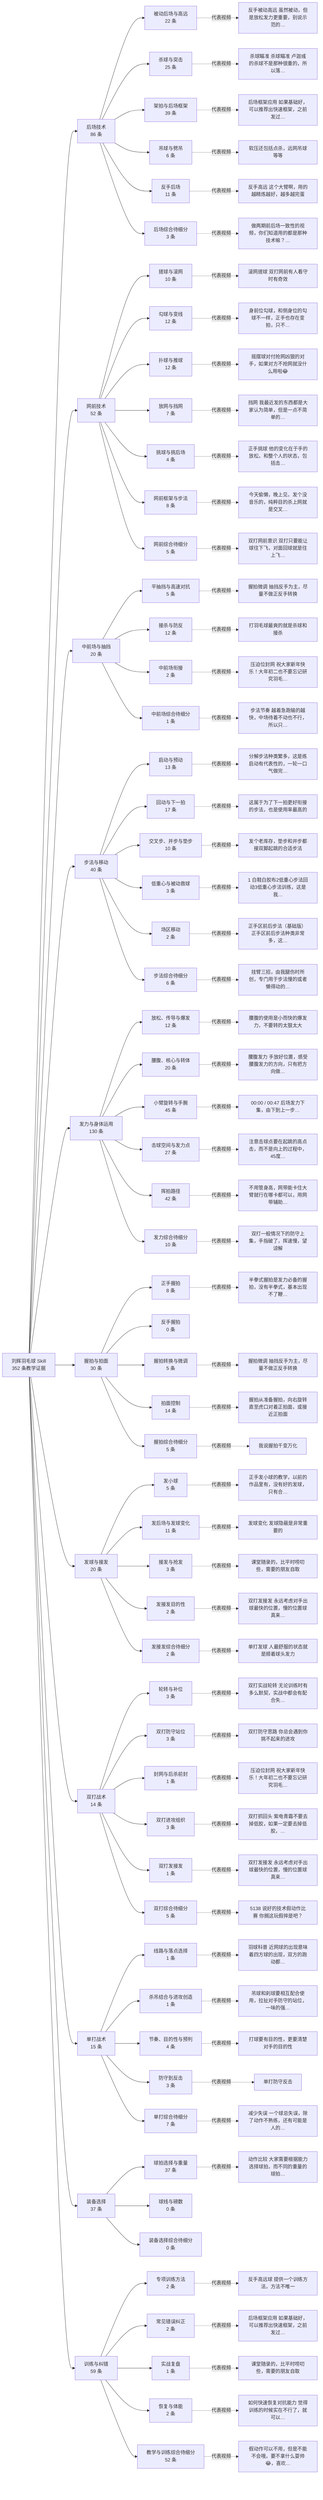
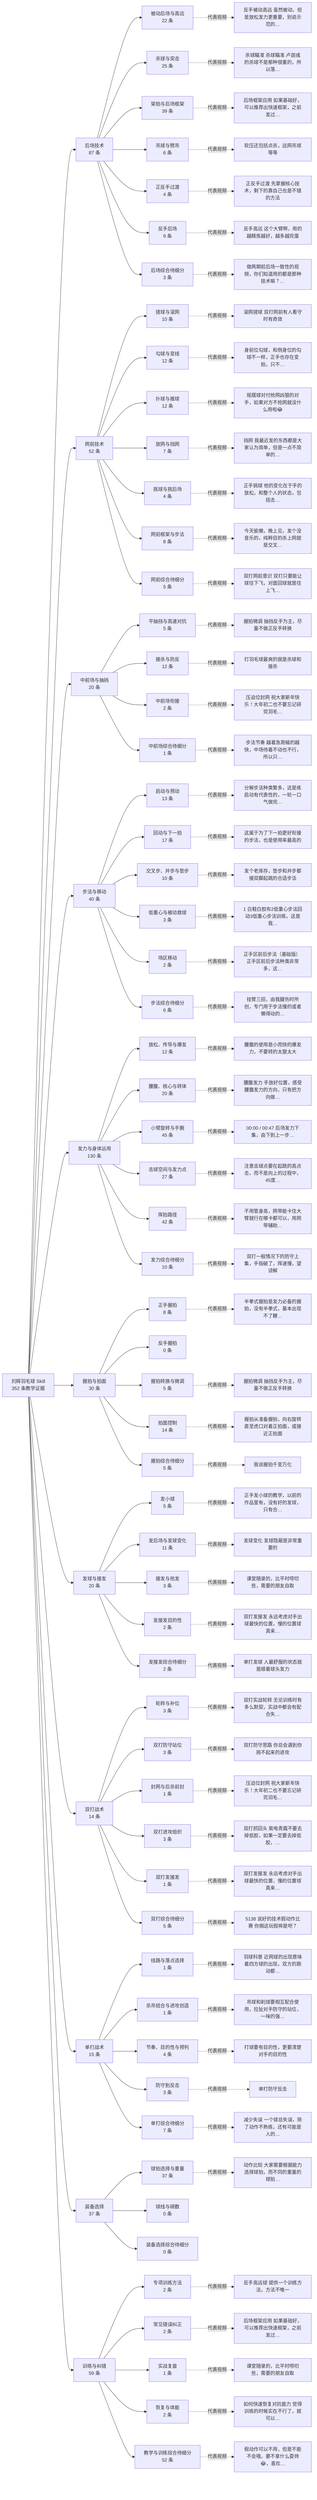
flowchart LR
  root["刘辉羽毛球 Skill<br/>352 条教学证据"]
-   c0["后场技术<br/>86 条"]
+   c0["后场技术<br/>87 条"]
  root --> c0
  s0_0["被动后场与高远<br/>22 条"]
  c0 --> s0_0
  v0_0["反手被动高远 虽然被动，但是放松发力更重要，别说示范的…"]
  s0_0 -.代表视频.-> v0_0
  s0_1["杀球与突击<br/>25 条"]
  c0 --> s0_1
  v0_1["杀球瞄准 杀球瞄准 卢迦彧的杀球不是那种很重的，所以落…"]
  s0_1 -.代表视频.-> v0_1
  s0_2["架拍与后场框架<br/>39 条"]
  c0 --> s0_2
  v0_2["后场框架应用 如果基础好，可以推荐出快速框架，之前发过…"]
  s0_2 -.代表视频.-> v0_2
  s0_3["吊球与劈吊<br/>6 条"]
  c0 --> s0_3
  v0_3["软压还包括点杀，远网吊球等等"]
  s0_3 -.代表视频.-> v0_3
-   s0_4["反手后场<br/>11 条"]
+   s0_4["正反手过渡<br/>4 条"]
  c0 --> s0_4
-   v0_4["反手高远 这个大臂啊，用的越精炼越好，越多越完蛋"]
+   v0_4["正反手过渡 先掌握核心技术，剩下的靠自己也是不错的方法"]
  s0_4 -.代表视频.-> v0_4
-   s0_5["后场综合待细分<br/>3 条"]
+   s0_5["反手后场<br/>9 条"]
  c0 --> s0_5
-   v0_5["做两期前后场一致性的视频，你们知道用的都是那种技术嘛？…"]
+   v0_5["反手高远 这个大臂啊，用的越精炼越好，越多越完蛋"]
  s0_5 -.代表视频.-> v0_5
+   s0_6["后场综合待细分<br/>3 条"]
+   c0 --> s0_6
+   v0_6["做两期前后场一致性的视频，你们知道用的都是那种技术嘛？…"]
+   s0_6 -.代表视频.-> v0_6
  c1["网前技术<br/>52 条"]
  root --> c1
  s1_0["搓球与滚网<br/>10 条"]
  c1 --> s1_0
  v1_0["滚网搓球 双打网前有人看守时有奇效"]
  s1_0 -.代表视频.-> v1_0
  s1_1["勾球与变线<br/>12 条"]
  c1 --> s1_1
  v1_1["身前位勾球，和侧身位的勾球不一样，正手也存在变拍，只不…"]
  s1_1 -.代表视频.-> v1_1
  s1_2["扑球与推球<br/>12 条"]
  c1 --> s1_2
  v1_2["摇摆球对付抢网凶狠的对手，如果对方不抢网就没什么用啦😂"]
  s1_2 -.代表视频.-> v1_2
  s1_3["放网与挡网<br/>7 条"]
  c1 --> s1_3
  v1_3["挡网 我最近发的东西都是大家认为简单，但是一点不简单的…"]
  s1_3 -.代表视频.-> v1_3
  s1_4["挑球与挑后场<br/>4 条"]
  c1 --> s1_4
  v1_4["正手挑球 他的变化在于手的放松，和整个人的状态，包括击…"]
  s1_4 -.代表视频.-> v1_4
  s1_5["网前框架与步法<br/>8 条"]
  c1 --> s1_5
  v1_5["今天偷懒，晚上见，发个没音乐的，纯粹目的杀上网就是交叉…"]
  s1_5 -.代表视频.-> v1_5
  s1_6["网前综合待细分<br/>5 条"]
  c1 --> s1_6
  v1_6["双打网前意识 双打只要能让球往下飞，对面回球就是往上飞…"]
  s1_6 -.代表视频.-> v1_6
  c2["中前场与抽挡<br/>20 条"]
  root --> c2
  s2_0["平抽挡与高速对抗<br/>5 条"]
  c2 --> s2_0
  v2_0["握拍微调 抽挡反手为主，尽量不做正反手转换"]
  s2_0 -.代表视频.-> v2_0
  s2_1["接杀与防反<br/>12 条"]
  c2 --> s2_1
  v2_1["打羽毛球最爽的就是杀球和接杀"]
  s2_1 -.代表视频.-> v2_1
  s2_2["中前场衔接<br/>2 条"]
  c2 --> s2_2
  v2_2["压迫位封网 祝大家新年快乐！大年初二也不要忘记研究羽毛…"]
  s2_2 -.代表视频.-> v2_2
  s2_3["中前场综合待细分<br/>1 条"]
  c2 --> s2_3
  v2_3["步法节奏 越着急跑输的越快，中场待着不动也不行，所以只…"]
  s2_3 -.代表视频.-> v2_3
  c3["步法与移动<br/>40 条"]
  root --> c3
  s3_0["启动与预动<br/>13 条"]
  c3 --> s3_0
  v3_0["分解步法种类繁多，这是练启动有代表性的，一轮一口气做完…"]
  s3_0 -.代表视频.-> v3_0
  s3_1["回动与下一拍<br/>17 条"]
  c3 --> s3_1
  v3_1["这属于为了下一拍更好衔接的步法，也是使用率最高的"]
  s3_1 -.代表视频.-> v3_1
  s3_2["交叉步、并步与垫步<br/>10 条"]
  c3 --> s3_2
  v3_2["发个老库存，垫步和并步都接双脚起跳的合适步法"]
  s3_2 -.代表视频.-> v3_2
  s3_3["低重心与被动救球<br/>3 条"]
  c3 --> s3_3
  v3_3["1 白鞋白胶布2低重心步法回动3低重心步法训练，这是我…"]
  s3_3 -.代表视频.-> v3_3
  s3_4["场区移动<br/>2 条"]
  c3 --> s3_4
  v3_4["正手区前后步法（基础版） 正手区前后步法种类非常多，这…"]
  s3_4 -.代表视频.-> v3_4
  s3_5["步法综合待细分<br/>6 条"]
  c3 --> s3_5
  v3_5["挂臂三招，由我腿伤时所创，专门用于步法慢的或者懒得动的…"]
  s3_5 -.代表视频.-> v3_5
  c4["发力与身体运用<br/>130 条"]
  root --> c4
  s4_0["放松、传导与爆发<br/>12 条"]
  c4 --> s4_0
  v4_0["腰腹的使用是小而快的爆发力，不要转的太狠太大"]
  s4_0 -.代表视频.-> v4_0
  s4_1["腰腹、核心与转体<br/>20 条"]
  c4 --> s4_1
  v4_1["腰腹发力 手放好位置，感受腰腹发力的方向，只有把方向做…"]
  s4_1 -.代表视频.-> v4_1
  s4_2["小臂旋转与手腕<br/>45 条"]
  c4 --> s4_2
  v4_2["00:00 / 00:47 后场发力下集，由下到上一步…"]
  s4_2 -.代表视频.-> v4_2
  s4_3["击球空间与发力点<br/>27 条"]
  c4 --> s4_3
  v4_3["注意击球点要在起跳的高点击，而不是向上的过程中，45度…"]
  s4_3 -.代表视频.-> v4_3
  s4_4["挥拍路径<br/>42 条"]
  c4 --> s4_4
  v4_4["不用管身高，网带能卡住大臂就行在哪卡都可以，用网带辅助…"]
  s4_4 -.代表视频.-> v4_4
  s4_5["发力综合待细分<br/>10 条"]
  c4 --> s4_5
  v4_5["双打一般情况下的防守上集，手指破了，挥速慢，望谅解"]
  s4_5 -.代表视频.-> v4_5
  c5["握拍与拍面<br/>30 条"]
  root --> c5
  s5_0["正手握拍<br/>8 条"]
  c5 --> s5_0
  v5_0["半拳式握拍是发力必备的握拍，没有半拳式，基本出现不了鞭…"]
  s5_0 -.代表视频.-> v5_0
  s5_1["反手握拍<br/>0 条"]
  c5 --> s5_1
  s5_2["握拍转换与微调<br/>5 条"]
  c5 --> s5_2
  v5_2["握拍微调 抽挡反手为主，尽量不做正反手转换"]
  s5_2 -.代表视频.-> v5_2
  s5_3["拍面控制<br/>14 条"]
  c5 --> s5_3
  v5_3["握拍从准备握拍，向右旋转直至虎口对着正拍面，或接近正拍面"]
  s5_3 -.代表视频.-> v5_3
  s5_4["握拍综合待细分<br/>5 条"]
  c5 --> s5_4
  v5_4["我说握拍千变万化"]
  s5_4 -.代表视频.-> v5_4
  c6["发球与接发<br/>20 条"]
  root --> c6
  s6_0["发小球<br/>5 条"]
  c6 --> s6_0
  v6_0["正手发小球的教学，以前的作品里有，没有好的发球，只有合…"]
  s6_0 -.代表视频.-> v6_0
  s6_1["发后场与发球变化<br/>11 条"]
  c6 --> s6_1
  v6_1["发球变化 发球隐蔽是非常重要的"]
  s6_1 -.代表视频.-> v6_1
  s6_2["接发与抢发<br/>3 条"]
  c6 --> s6_2
  v6_2["课堂随录的，比平时唠叨些，需要的朋友自取"]
  s6_2 -.代表视频.-> v6_2
  s6_3["发接发目的性<br/>2 条"]
  c6 --> s6_3
  v6_3["双打发接发 永远考虑对手出球最快的位置，慢的位置球真来…"]
  s6_3 -.代表视频.-> v6_3
  s6_4["发接发综合待细分<br/>2 条"]
  c6 --> s6_4
  v6_4["单打发球 人最舒服的状态就是顺着球头发力"]
  s6_4 -.代表视频.-> v6_4
  c7["双打战术<br/>14 条"]
  root --> c7
  s7_0["轮转与补位<br/>3 条"]
  c7 --> s7_0
  v7_0["双打实战轮转 无论训练时有多么默契，实战中都会有配合失…"]
  s7_0 -.代表视频.-> v7_0
  s7_1["双打防守站位<br/>3 条"]
  c7 --> s7_1
  v7_1["双打防守思路 你总会遇到你挑不起来的进攻"]
  s7_1 -.代表视频.-> v7_1
  s7_2["封网与后杀前封<br/>1 条"]
  c7 --> s7_2
  v7_2["压迫位封网 祝大家新年快乐！大年初二也不要忘记研究羽毛…"]
  s7_2 -.代表视频.-> v7_2
  s7_3["双打进攻组织<br/>3 条"]
  c7 --> s7_3
  v7_3["双打抓回头 紫电青霜不要去掉低胶，如果一定要去掉低胶，…"]
  s7_3 -.代表视频.-> v7_3
  s7_4["双打发接发<br/>1 条"]
  c7 --> s7_4
  v7_4["双打发接发 永远考虑对手出球最快的位置，慢的位置球真来…"]
  s7_4 -.代表视频.-> v7_4
  s7_5["双打综合待细分<br/>5 条"]
  c7 --> s7_5
  v7_5["5138 说好的技术假动作比赛 你搁这玩假摔是吧？"]
  s7_5 -.代表视频.-> v7_5
  c8["单打战术<br/>15 条"]
  root --> c8
  s8_0["线路与落点选择<br/>1 条"]
  c8 --> s8_0
  v8_0["羽球科普 近网球的出现意味着四方球的出现，双方的跑动都…"]
  s8_0 -.代表视频.-> v8_0
  s8_1["杀吊结合与进攻创造<br/>1 条"]
  c8 --> s8_1
  v8_1["吊球和刹球要相互配合使用，拉扯对手防守的站位，一味的强…"]
  s8_1 -.代表视频.-> v8_1
  s8_2["节奏、目的性与预判<br/>4 条"]
  c8 --> s8_2
  v8_2["打球要有目的性，更要清楚对手的目的性"]
  s8_2 -.代表视频.-> v8_2
  s8_3["防守到反击<br/>3 条"]
  c8 --> s8_3
  v8_3["单打防守反击"]
  s8_3 -.代表视频.-> v8_3
  s8_4["单打综合待细分<br/>7 条"]
  c8 --> s8_4
  v8_4["减少失误 一个球总失误，除了动作不熟练，还有可能是人的…"]
  s8_4 -.代表视频.-> v8_4
  c9["装备选择<br/>37 条"]
  root --> c9
  s9_0["球拍选择与重量<br/>37 条"]
  c9 --> s9_0
  v9_0["动作比较 大家需要根据能力选择球拍，而不同的重量的球拍…"]
  s9_0 -.代表视频.-> v9_0
  s9_1["球线与磅数<br/>0 条"]
  c9 --> s9_1
  s9_2["装备选择综合待细分<br/>0 条"]
  c9 --> s9_2
  c10["训练与纠错<br/>59 条"]
  root --> c10
  s10_0["专项训练方法<br/>2 条"]
  c10 --> s10_0
  v10_0["反手高远球 提供一个训练方法，方法不唯一"]
  s10_0 -.代表视频.-> v10_0
  s10_1["常见错误纠正<br/>2 条"]
  c10 --> s10_1
  v10_1["后场框架应用 如果基础好，可以推荐出快速框架，之前发过…"]
  s10_1 -.代表视频.-> v10_1
  s10_2["实战复盘<br/>1 条"]
  c10 --> s10_2
  v10_2["课堂随录的，比平时唠叨些，需要的朋友自取"]
  s10_2 -.代表视频.-> v10_2
  s10_3["恢复与体能<br/>2 条"]
  c10 --> s10_3
  v10_3["如何快速恢复对抗能力 觉得训练的时候实在不行了，就可以…"]
  s10_3 -.代表视频.-> v10_3
  s10_4["教学与训练综合待细分<br/>52 条"]
  c10 --> s10_4
  v10_4["假动作可以不用，但是不能不会哦，要不拿什么耍帅😂，喜欢…"]
  s10_4 -.代表视频.-> v10_4
